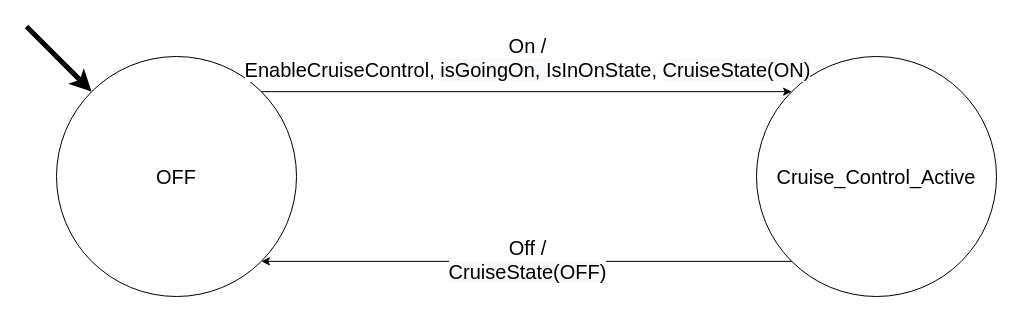
Above: Diagrams/FSMs/Cruise_Control_FSM.drawio in jacoballen4534/Cruise-Controller (draw.io), before the change. Source tidied: cells renumbered, new cells numbered last; positions are measured from the earlier drawing's top-left corner, leaving out a move shared by most shapes. Both pictures are drawn from the tidied source at 100%, with x=0, y=0 at pixel (26, 26).
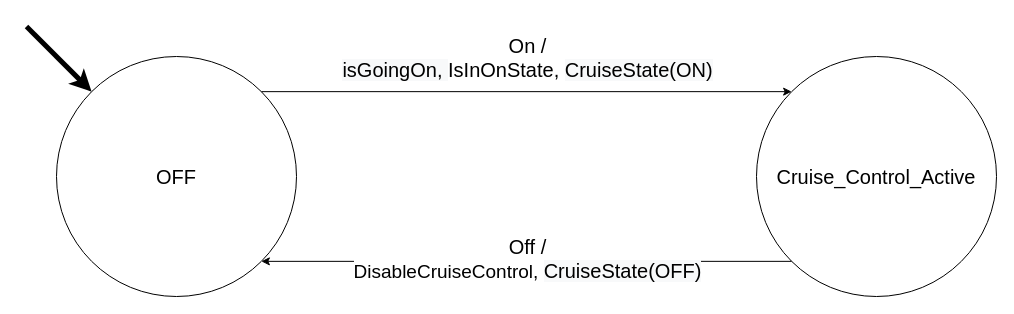
After the change.

Commit message (it also covers changes not shown here):
Update diagrams to add DisableCruiseControl back to CruiseSpeedControl.

Change to the diagram source:
```diff
@@
 <mxGraphModel>
   <root>
     <mxCell id="0" />
     <mxCell id="1" parent="0" />
     <mxCell id="2" value="&lt;span style=&quot;font-size: 20px&quot;&gt;OFF&lt;/span&gt;" style="ellipse;whiteSpace=wrap;html=1;" parent="1" vertex="1">
       <mxGeometry x="30" y="30" width="240" height="240" as="geometry" />
     </mxCell>
     <mxCell id="3" value="&lt;font style=&quot;font-size: 20px&quot;&gt;Cruise_Control_Active&lt;/font&gt;" style="ellipse;whiteSpace=wrap;html=1;" parent="1" vertex="1">
       <mxGeometry x="730" y="30" width="240" height="240" as="geometry" />
     </mxCell>
     <mxCell id="4" style="endArrow=classic;html=1;entryX=0;entryY=0;entryDx=0;entryDy=0;exitX=1;exitY=0;exitDx=0;exitDy=0;" parent="1" edge="1" source="2" target="3">
       <mxGeometry relative="1" as="geometry" />
     </mxCell>
-    <mxCell id="5" value="&lt;font style=&quot;font-size: 20px&quot;&gt;On /&lt;br&gt;Enable&lt;/font&gt;&lt;span style=&quot;font-size: 20px&quot;&gt;CruiseControl,&amp;nbsp;&lt;/span&gt;&lt;span style=&quot;font-size: 20px ; background-color: rgb(248 , 249 , 250)&quot;&gt;isGoingO&lt;/span&gt;&lt;font style=&quot;font-size: 20px&quot;&gt;&lt;span style=&quot;background-color: rgb(248 , 249 , 250)&quot;&gt;n,&amp;nbsp;&lt;/span&gt;IsInOnState,&amp;nbsp;&lt;span style=&quot;background-color: rgb(248 , 249 , 250)&quot;&gt;Cruise&lt;/span&gt;&lt;/font&gt;&lt;span style=&quot;font-size: 20px ; background-color: rgb(248 , 249 , 250)&quot;&gt;State(ON)&lt;/span&gt;" style="edgeLabel;html=1;align=center;verticalAlign=middle;" parent="4" vertex="1">
+    <mxCell id="5" value="&lt;font style=&quot;font-size: 20px&quot;&gt;On /&lt;br&gt;&lt;/font&gt;&lt;span style=&quot;font-size: 20px ; background-color: rgb(248 , 249 , 250)&quot;&gt;isGoingO&lt;/span&gt;&lt;font style=&quot;font-size: 20px&quot;&gt;&lt;span style=&quot;background-color: rgb(248 , 249 , 250)&quot;&gt;n,&amp;nbsp;&lt;/span&gt;IsInOnState,&amp;nbsp;&lt;span style=&quot;background-color: rgb(248 , 249 , 250)&quot;&gt;Cruise&lt;/span&gt;&lt;/font&gt;&lt;span style=&quot;font-size: 20px ; background-color: rgb(248 , 249 , 250)&quot;&gt;State(ON)&lt;/span&gt;" style="edgeLabel;html=1;align=center;verticalAlign=middle;" parent="4" vertex="1">
       <mxGeometry x="0.13" y="-3" relative="1" as="geometry">
         <mxPoint x="-33.9" y="-38.1" as="offset" />
       </mxGeometry>
     </mxCell>
     <mxCell id="6" style="endArrow=classic;html=1;entryX=0;entryY=0;entryDx=0;entryDy=0;strokeWidth=5;" parent="1" edge="1" target="2">
       <mxGeometry relative="1" as="geometry">
         <mxPoint as="sourcePoint" />
       </mxGeometry>
     </mxCell>
     <mxCell id="7" style="endArrow=classic;html=1;exitX=0;exitY=1;exitDx=0;exitDy=0;entryX=1;entryY=1;entryDx=0;entryDy=0;" parent="1" edge="1" source="3" target="2">
       <mxGeometry relative="1" as="geometry" />
     </mxCell>
-    <mxCell id="8" value="&lt;font style=&quot;font-size: 20px&quot;&gt;&lt;font style=&quot;font-size: 20px&quot;&gt;Off /&lt;br&gt;&lt;/font&gt;&lt;/font&gt;&lt;span style=&quot;font-size: 20px ; background-color: rgb(248 , 249 , 250)&quot;&gt;CruiseState(OFF)&lt;/span&gt;" style="edgeLabel;html=1;align=center;verticalAlign=middle;" parent="7" vertex="1">
+    <mxCell id="8" value="&lt;font style=&quot;font-size: 20px&quot;&gt;&lt;font style=&quot;font-size: 20px&quot;&gt;Off /&lt;br&gt;&lt;/font&gt;&lt;/font&gt;&lt;span style=&quot;font-size: 19px&quot;&gt;DisableCruiseControl,&amp;nbsp;&lt;/span&gt;&lt;span style=&quot;font-size: 20px ; background-color: rgb(248 , 249 , 250)&quot;&gt;CruiseState(OFF)&lt;/span&gt;" style="edgeLabel;html=1;align=center;verticalAlign=middle;" parent="7" vertex="1">
       <mxGeometry x="-0.13" y="-2" relative="1" as="geometry">
         <mxPoint x="-34.1" as="offset" />
       </mxGeometry>
     </mxCell>
   </root>
 </mxGraphModel>
```
